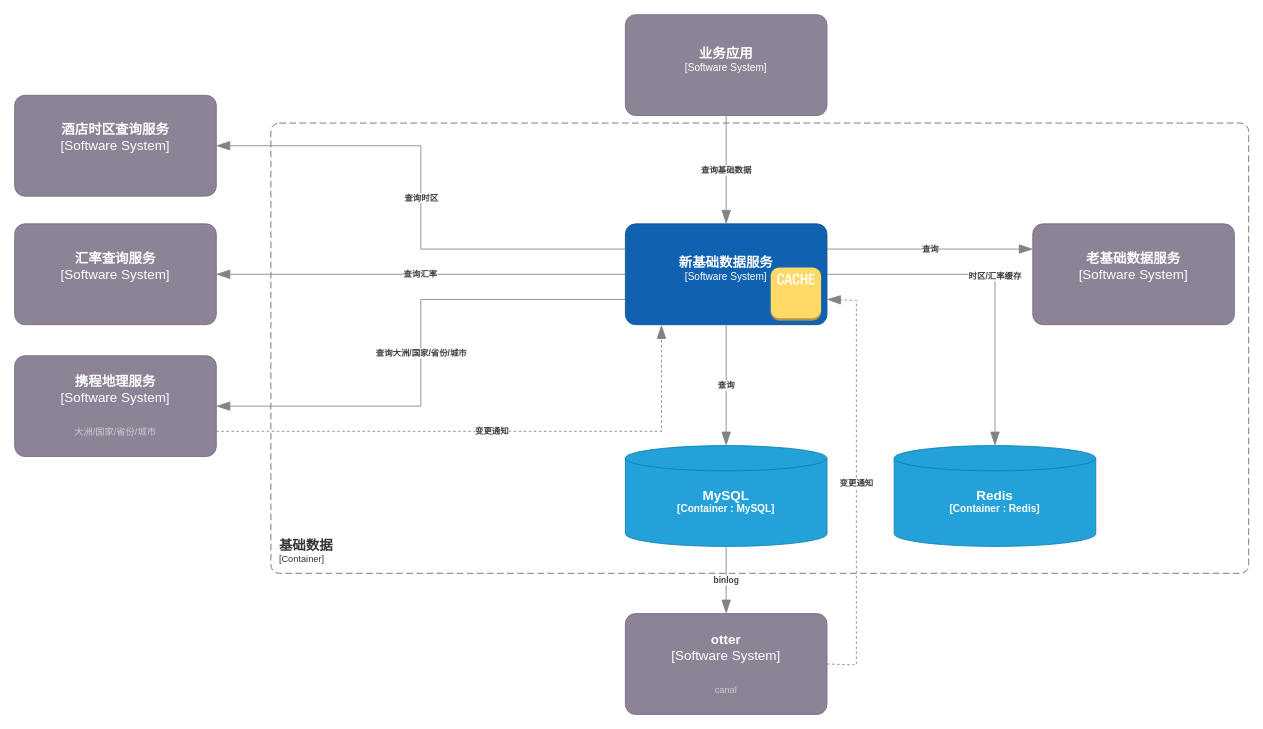
This is page "V2" (2 of 3) of 基础数据.drawio from miareko/c4-diagram, a draw.io file, before an edit. Source tidied: cells renumbered, new cells numbered last; positions are measured from the earlier drawing's top-left corner, leaving out a move shared by most shapes. Both pictures are drawn from the tidied source at 84%, with x=0, y=0 at pixel (14, 14).
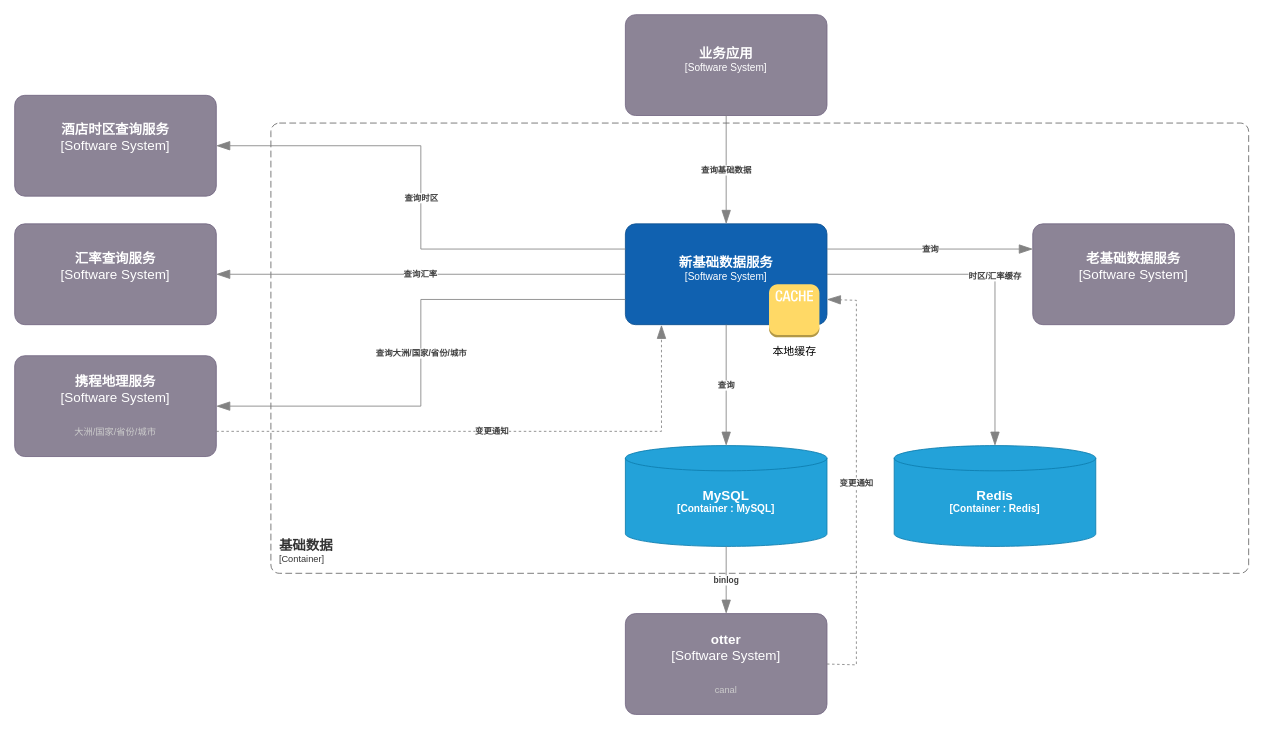
The same page after the edit.

What changed in the source:
```diff
@@
-    <mxCell id="22" style="dashed=0;verticalLabelPosition=bottom;verticalAlign=top;align=center;html=1;shape=mxgraph.aws3.cache_node;fillColor=#FFD966;gradientColor=none;fontSize=16;fontColor=#FFFFFF;" parent="1" vertex="1">
-      <mxGeometry x="900" y="301" width="60" height="63" as="geometry" />
+    <mxCell id="22" value="&lt;font color=&quot;#000000&quot; style=&quot;font-size: 13px&quot;&gt;本地缓存&lt;/font&gt;" style="dashed=0;verticalLabelPosition=bottom;verticalAlign=top;align=center;html=1;shape=mxgraph.aws3.cache_node;fillColor=#FFD966;gradientColor=none;fontSize=16;fontColor=#FFFFFF;" parent="1" vertex="1">
+      <mxGeometry x="898" y="321" width="60" height="63" as="geometry" />
     </mxCell>
```
